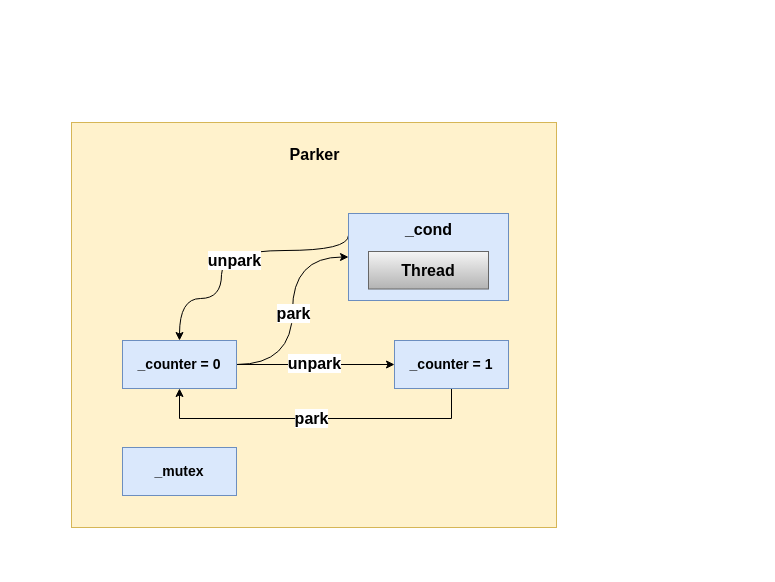
This is juc/park原理.drawio from tianxing-ovo/draw.io, a draw.io file, before an edit. Source tidied: cells renumbered, new cells numbered last; positions are measured from the earlier drawing's top-left corner, leaving out a move shared by most shapes. Both pictures are drawn from the tidied source at 100%, with x=0, y=0 at pixel (71, 122).
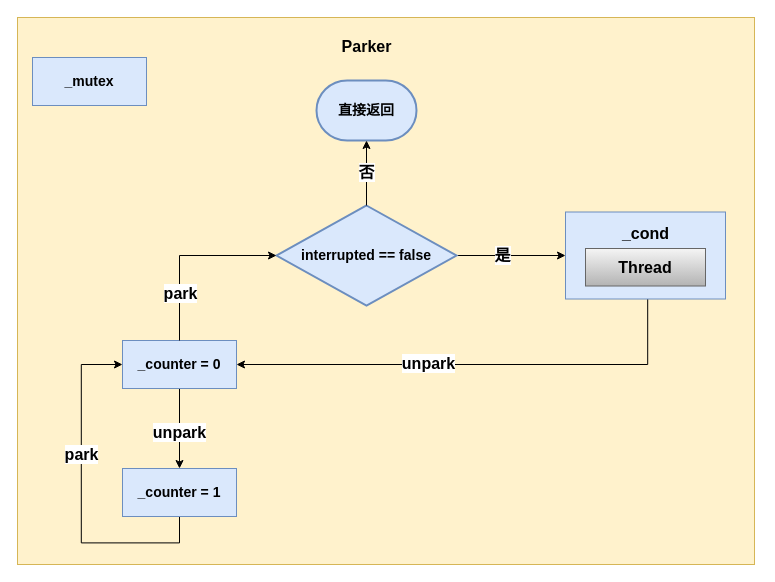
After the change.

Commit message:
docs(juc): 更新 park 原理图增加中断判断逻辑

- 新增 interrupted == false 判断节点
- 添加中断时直接返回的终止节点
- 调整 Parker 类各组件的布局位置
- 重新连接 park 和 unpark 的流转关系
- 扩展画布区域以容纳新增元素

Unchanged cells that the change refers to:
```xml
<mxCell id="13" value="&lt;b&gt;&lt;font style=&quot;font-size: 14px;&quot;&gt;_counter = 0&lt;/font&gt;&lt;/b&gt;" style="rounded=0;whiteSpace=wrap;html=1;fillColor=#dae8fc;strokeColor=#6c8ebf;" parent="1" vertex="1">
  <mxGeometry x="51" y="218" width="114" height="48" as="geometry" />
</mxCell>
```

What changed in the source:
```diff
@@
     <mxCell id="2" style="rounded=0;whiteSpace=wrap;html=1;fillColor=#fff2cc;strokeColor=#d6b656;" parent="1" vertex="1">
-      <mxGeometry width="485" height="405" as="geometry" />
+      <mxGeometry x="-54" y="-105" width="737" height="547" as="geometry" />
     </mxCell>
-    <mxCell id="3" style="edgeStyle=orthogonalEdgeStyle;rounded=0;jettySize=auto;html=1;curved=1;exitX=0;exitY=0.25;exitDx=0;exitDy=0;entryX=0.5;entryY=0;entryDx=0;entryDy=0;" parent="1" edge="1" source="5" target="13">
+    <mxCell id="3" style="edgeStyle=orthogonalEdgeStyle;rounded=0;jettySize=auto;html=1;entryX=1;entryY=0.5;entryDx=0;entryDy=0;" parent="1" edge="1" source="5" target="13">
       <mxGeometry relative="1" as="geometry">
         <Array as="points">
-          <mxPoint x="277" y="128" />
-          <mxPoint x="150" y="128" />
-          <mxPoint x="150" y="176" />
-          <mxPoint x="108" y="176" />
+          <mxPoint x="576.2" y="242" />
         </Array>
       </mxGeometry>
     </mxCell>
-    <mxCell id="4" value="&lt;font style=&quot;font-size: 16px;&quot;&gt;&lt;b&gt;unpark&lt;/b&gt;&lt;/font&gt;" style="edgeLabel;html=1;align=center;verticalAlign=middle;" parent="3" vertex="1">
-      <mxGeometry x="-0.1" y="11" relative="1" as="geometry">
-        <mxPoint x="-7" y="-2" as="offset" />
-      </mxGeometry>
-    </mxCell>
     <mxCell id="5" style="rounded=0;whiteSpace=wrap;html=1;fillColor=#dae8fc;strokeColor=#6c8ebf;" parent="1" vertex="1">
-      <mxGeometry x="277" y="91" width="160" height="87" as="geometry" />
+      <mxGeometry x="494" y="89.5" width="160" height="87" as="geometry" />
     </mxCell>
     <mxCell id="6" value="&lt;font style=&quot;font-size: 16px;&quot;&gt;&lt;b&gt;Parker&lt;/b&gt;&lt;/font&gt;" style="text;html=1;align=center;verticalAlign=middle;strokeColor=none;fillColor=none;" parent="1" vertex="1">
-      <mxGeometry x="208.5" y="16" width="68" height="31" as="geometry" />
+      <mxGeometry x="261" y="-92" width="68" height="31" as="geometry" />
     </mxCell>
     <mxCell id="7" value="&lt;span style=&quot;font-size: 14px;&quot;&gt;&lt;b&gt;_mutex&lt;/b&gt;&lt;/span&gt;" style="rounded=0;whiteSpace=wrap;html=1;fillColor=#dae8fc;strokeColor=#6c8ebf;" parent="1" vertex="1">
-      <mxGeometry x="51" y="325" width="114" height="48" as="geometry" />
+      <mxGeometry x="-39" y="-65" width="114" height="48" as="geometry" />
     </mxCell>
     <mxCell id="8" value="&lt;font style=&quot;font-size: 16px;&quot;&gt;&lt;b&gt;Thread&lt;/b&gt;&lt;/font&gt;" style="rounded=0;whiteSpace=wrap;html=1;fillColor=#f5f5f5;strokeColor=#666666;gradientColor=#b3b3b3;" parent="1" vertex="1">
-      <mxGeometry x="297" y="129" width="120" height="37.5" as="geometry" />
+      <mxGeometry x="514" y="126" width="120" height="37.5" as="geometry" />
     </mxCell>
-    <mxCell id="9" style="edgeStyle=orthogonalEdgeStyle;rounded=0;jettySize=auto;html=1;entryX=0;entryY=0.5;entryDx=0;entryDy=0;curved=1;" parent="1" edge="1" source="13" target="5">
-      <mxGeometry relative="1" as="geometry" />
-    </mxCell>
-    <mxCell id="10" value="&lt;font style=&quot;font-size: 16px;&quot;&gt;&lt;b&gt;park&lt;/b&gt;&lt;/font&gt;" style="edgeLabel;html=1;align=center;verticalAlign=middle;" parent="9" vertex="1">
-      <mxGeometry y="3" relative="1" as="geometry">
-        <mxPoint x="3" y="2" as="offset" />
-      </mxGeometry>
-    </mxCell>
-    <mxCell id="11" style="edgeStyle=orthogonalEdgeStyle;rounded=0;jettySize=auto;html=1;entryX=0;entryY=0.5;entryDx=0;entryDy=0;" parent="1" edge="1" source="13" target="16">
+    <mxCell id="11" style="edgeStyle=orthogonalEdgeStyle;rounded=0;jettySize=auto;html=1;entryX=0.5;entryY=0;entryDx=0;entryDy=0;" parent="1" edge="1" source="13" target="16">
       <mxGeometry relative="1" as="geometry" />
     </mxCell>
-    <mxCell id="12" value="&lt;font style=&quot;font-size: 16px;&quot;&gt;&lt;b&gt;unpark&lt;/b&gt;&lt;/font&gt;" style="edgeLabel;html=1;align=center;verticalAlign=middle;" parent="11" vertex="1">
-      <mxGeometry x="-0.04" y="-1" relative="1" as="geometry">
-        <mxPoint x="1" y="-3" as="offset" />
-      </mxGeometry>
-    </mxCell>
@@
-    <mxCell id="14" style="edgeStyle=orthogonalEdgeStyle;rounded=0;jettySize=auto;html=1;entryX=0.5;entryY=1;entryDx=0;entryDy=0;" parent="1" edge="1" source="16" target="13">
+    <mxCell id="14" style="edgeStyle=orthogonalEdgeStyle;rounded=0;jettySize=auto;html=1;entryX=0;entryY=0.5;entryDx=0;entryDy=0;" parent="1" edge="1" source="16" target="13">
       <mxGeometry relative="1" as="geometry">
         <Array as="points">
-          <mxPoint x="380" y="296" />
-          <mxPoint x="108" y="296" />
+          <mxPoint x="108" y="420.4" />
+          <mxPoint x="9.8" y="420.4" />
+          <mxPoint x="9.8" y="242" />
         </Array>
       </mxGeometry>
     </mxCell>
-    <mxCell id="15" value="&lt;font style=&quot;font-size: 16px;&quot;&gt;&lt;b&gt;park&lt;/b&gt;&lt;/font&gt;" style="edgeLabel;html=1;align=center;verticalAlign=middle;" parent="14" vertex="1">
-      <mxGeometry x="0.04" y="1" relative="1" as="geometry">
-        <mxPoint x="2" y="-2" as="offset" />
-      </mxGeometry>
-    </mxCell>
     <mxCell id="16" value="&lt;b&gt;&lt;font style=&quot;font-size: 14px;&quot;&gt;_counter = 1&lt;/font&gt;&lt;/b&gt;" style="rounded=0;whiteSpace=wrap;html=1;fillColor=#dae8fc;strokeColor=#6c8ebf;" parent="1" vertex="1">
-      <mxGeometry x="323" y="218" width="114" height="48" as="geometry" />
+      <mxGeometry x="51" y="346" width="114" height="48" as="geometry" />
     </mxCell>
     <mxCell id="17" value="&lt;b&gt;&lt;font style=&quot;font-size: 16px;&quot;&gt;_cond&lt;/font&gt;&lt;/b&gt;" style="text;html=1;align=center;verticalAlign=middle;strokeColor=none;fillColor=none;" parent="1" vertex="1">
-      <mxGeometry x="324.5" y="91" width="65" height="31" as="geometry" />
+      <mxGeometry x="541.5" y="95" width="65" height="31" as="geometry" />
     </mxCell>
+    <mxCell id="18" style="edgeStyle=orthogonalEdgeStyle;rounded=0;jettySize=auto;html=1;entryX=0;entryY=0.5;entryDx=0;entryDy=0;" parent="1" edge="1" source="19" target="5">
+      <mxGeometry relative="1" as="geometry" />
+    </mxCell>
+    <mxCell id="19" value="&lt;div&gt;&lt;pre style=&quot;&quot;&gt;&lt;b style=&quot;&quot;&gt;&lt;font face=&quot;Helvetica&quot; style=&quot;font-size: 14px;&quot;&gt;interrupted == false&lt;/font&gt;&lt;/b&gt;&lt;/pre&gt;&lt;/div&gt;" style="strokeWidth=2;html=1;shape=mxgraph.flowchart.decision;whiteSpace=wrap;fillColor=#dae8fc;strokeColor=#6c8ebf;" parent="1" vertex="1">
+      <mxGeometry x="205" y="83" width="180" height="100" as="geometry" />
+    </mxCell>
+    <mxCell id="20" value="&lt;font style=&quot;font-size: 16px;&quot;&gt;&lt;b&gt;unpark&lt;/b&gt;&lt;/font&gt;" style="edgeLabel;html=1;align=center;verticalAlign=middle;" parent="1" vertex="1">
+      <mxGeometry x="612" y="331" as="geometry">
+        <mxPoint x="-256" y="-91" as="offset" />
+      </mxGeometry>
+    </mxCell>
+    <mxCell id="21" value="&lt;font style=&quot;font-size: 16px;&quot;&gt;&lt;b&gt;unpark&lt;/b&gt;&lt;/font&gt;" style="edgeLabel;html=1;align=center;verticalAlign=middle;" parent="1" vertex="1">
+      <mxGeometry x="363" y="400" as="geometry">
+        <mxPoint x="-256" y="-91" as="offset" />
+      </mxGeometry>
+    </mxCell>
+    <mxCell id="22" value="&lt;font style=&quot;font-size: 16px;&quot;&gt;&lt;b&gt;park&lt;/b&gt;&lt;/font&gt;" style="edgeLabel;html=1;align=center;verticalAlign=middle;" parent="1" vertex="1">
+      <mxGeometry x="9" y="280" as="geometry">
+        <mxPoint y="51" as="offset" />
+      </mxGeometry>
+    </mxCell>
+    <mxCell id="23" style="edgeStyle=orthogonalEdgeStyle;rounded=0;jettySize=auto;html=1;entryX=0;entryY=0.5;entryDx=0;entryDy=0;entryPerimeter=0;" parent="1" edge="1" source="13" target="19">
+      <mxGeometry relative="1" as="geometry">
+        <Array as="points">
+          <mxPoint x="108" y="133" />
+        </Array>
+      </mxGeometry>
+    </mxCell>
+    <mxCell id="24" value="&lt;font style=&quot;font-size: 16px;&quot;&gt;&lt;b&gt;park&lt;/b&gt;&lt;/font&gt;" style="edgeLabel;html=1;align=center;verticalAlign=middle;" parent="1" vertex="1">
+      <mxGeometry x="108" y="119" as="geometry">
+        <mxPoint y="51" as="offset" />
+      </mxGeometry>
+    </mxCell>
+    <mxCell id="25" value="&lt;font style=&quot;font-size: 16px;&quot;&gt;&lt;b&gt;是&lt;/b&gt;&lt;/font&gt;" style="edgeLabel;html=1;align=center;verticalAlign=middle;" parent="1" vertex="1">
+      <mxGeometry x="686" y="223" as="geometry">
+        <mxPoint x="-256" y="-91" as="offset" />
+      </mxGeometry>
+    </mxCell>
+    <mxCell id="26" value="&lt;b&gt;&lt;font style=&quot;font-size: 14px;&quot;&gt;直接返回&lt;/font&gt;&lt;/b&gt;" style="strokeWidth=2;html=1;shape=mxgraph.flowchart.terminator;whiteSpace=wrap;fillColor=#dae8fc;strokeColor=#6c8ebf;" parent="1" vertex="1">
+      <mxGeometry x="245" y="-42" width="100" height="60" as="geometry" />
+    </mxCell>
+    <mxCell id="27" style="edgeStyle=orthogonalEdgeStyle;rounded=0;jettySize=auto;html=1;entryX=0.5;entryY=1;entryDx=0;entryDy=0;entryPerimeter=0;" parent="1" edge="1" source="19" target="26">
+      <mxGeometry relative="1" as="geometry" />
+    </mxCell>
+    <mxCell id="28" value="&lt;font style=&quot;font-size: 16px;&quot;&gt;&lt;b&gt;否&lt;/b&gt;&lt;/font&gt;" style="edgeLabel;html=1;align=center;verticalAlign=middle;" parent="1" vertex="1">
+      <mxGeometry x="550" y="140" as="geometry">
+        <mxPoint x="-256" y="-91" as="offset" />
+      </mxGeometry>
+    </mxCell>
```
